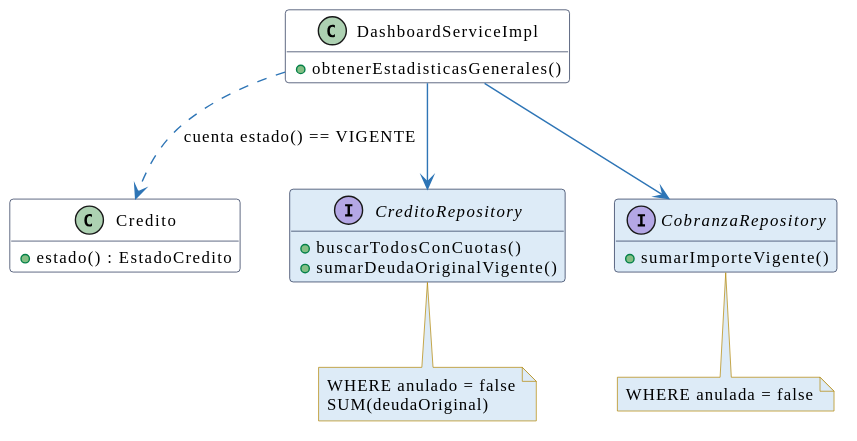
Earlier version of the PlantUML export docs/reporte/puml/m3-despues.svg (andreiveisuade/TPO-ProcesoDesarrolloSoftware-V3). Its source is kept beside it as docs/reporte/puml/m3-despues.puml. Source of this version:
```plantuml
@startuml
skinparam shadowing false
skinparam defaultFontName Calibri
skinparam defaultFontSize 12
skinparam ClassBackgroundColor #FFFFFF
skinparam ClassBorderColor #1D2B4F
skinparam ClassHeaderBackgroundColor #FFFFFF
skinparam ArrowColor #2E75B6
skinparam NoteBackgroundColor #FFF8E1
skinparam NoteBorderColor #B38600
skinparam SequenceLifeLineBorderColor #1D2B4F
skinparam ParticipantBackgroundColor #FFFFFF
skinparam ParticipantBorderColor #1D2B4F
skinparam SequenceGroupBackgroundColor #F4F8FC
hide empty members
class DashboardServiceImpl {
  +obtenerEstadisticasGenerales()
}
class Credito {
  +estado() : EstadoCredito
}
DashboardServiceImpl ..> Credito : cuenta estado() == VIGENTE
interface CreditoRepository #DDEBF7 {
  +buscarTodosConCuotas()
  +sumarDeudaOriginalVigente()
}
interface CobranzaRepository #DDEBF7 {
  +sumarImporteVigente()
}
DashboardServiceImpl --> CreditoRepository
DashboardServiceImpl --> CobranzaRepository
note bottom of CreditoRepository #DDEBF7
  WHERE anulado = false
  SUM(deudaOriginal)
end note
note bottom of CobranzaRepository #DDEBF7
  WHERE anulada = false
end note
@enduml
```
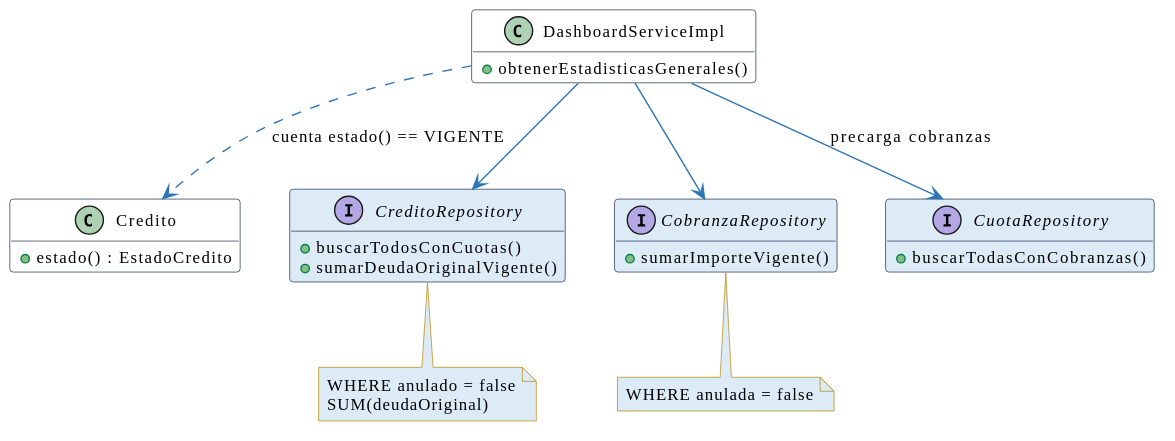
Later version of the same file.

The edit, as a diff of the source:
```diff
@@ -27,8 +27,12 @@
 interface CobranzaRepository #DDEBF7 {
   +sumarImporteVigente()
 }
+interface CuotaRepository #DDEBF7 {
+  +buscarTodasConCobranzas()
+}
 DashboardServiceImpl --> CreditoRepository
 DashboardServiceImpl --> CobranzaRepository
+DashboardServiceImpl --> CuotaRepository : precarga cobranzas
 note bottom of CreditoRepository #DDEBF7
   WHERE anulado = false
   SUM(deudaOriginal)
```
